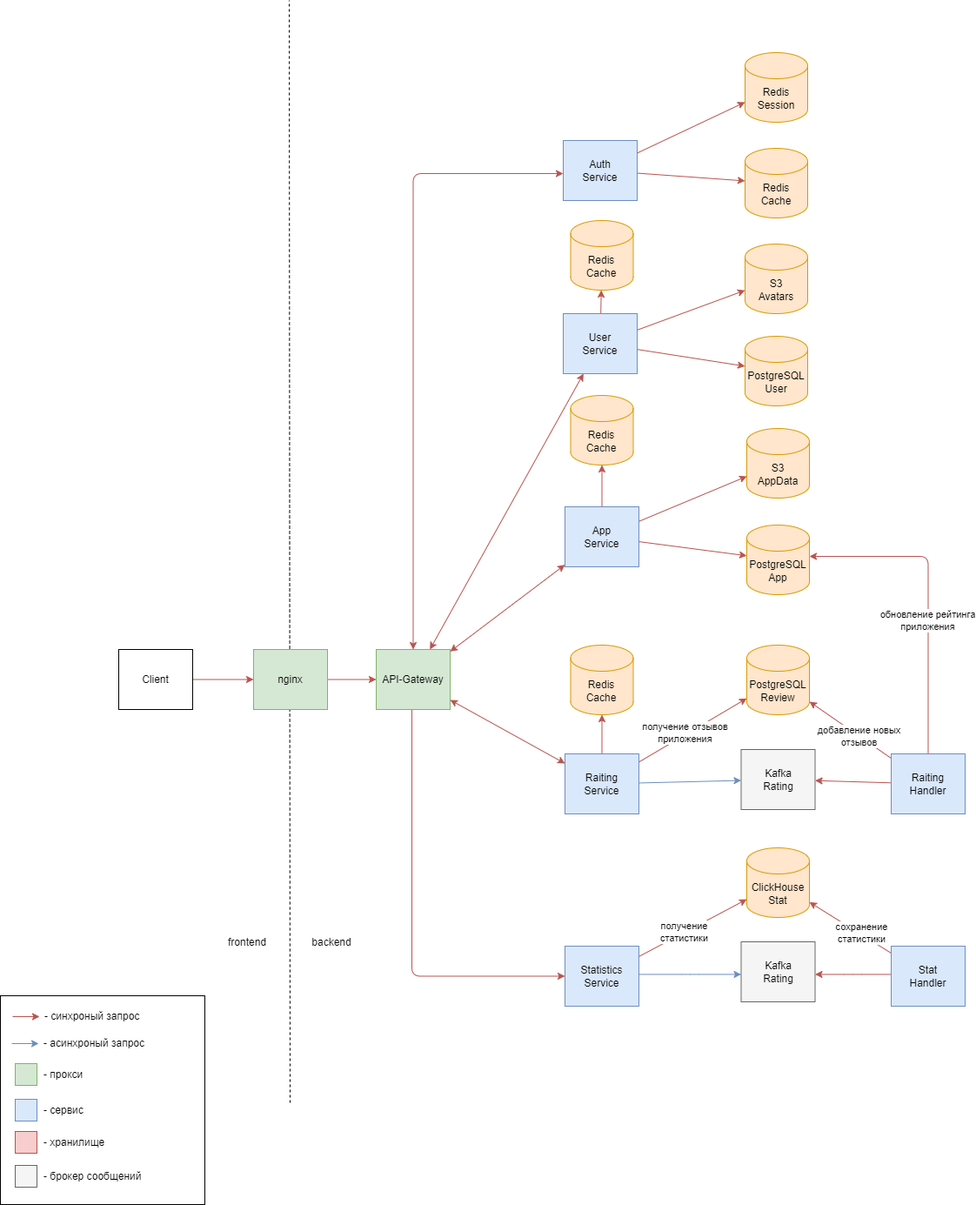
Earlier version of the draw.io export images/project_layout.png (TheVovchenskiy/Highload_Google_Play). Source tidied: cells renumbered, new cells last; positions are measured from the earlier drawing's top-left corner, leaving out a move shared by most shapes.
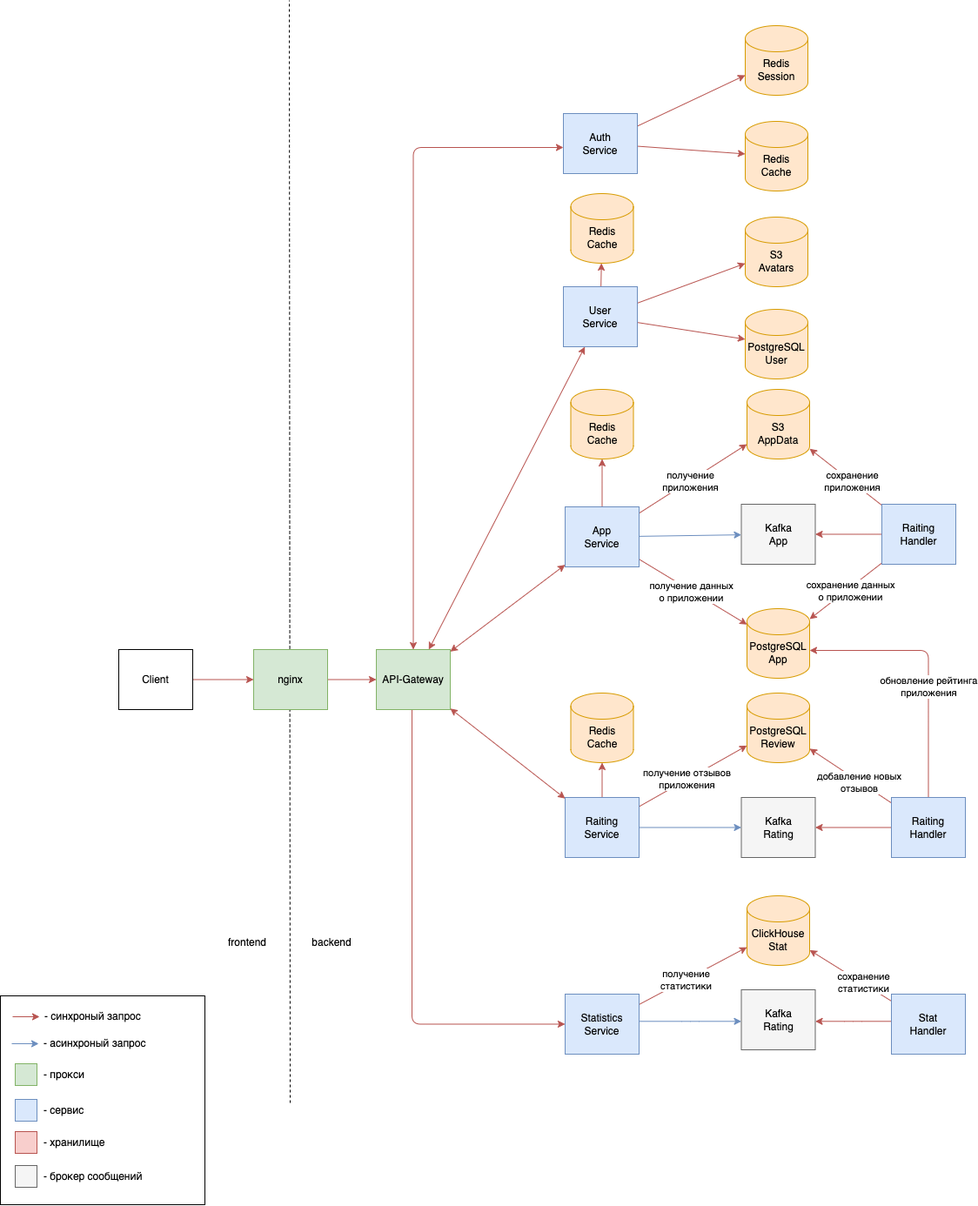
Above is the later version.

Commit message:
обновить схемы

Change to the diagram source:
```diff
@@ -18,10 +18,10 @@
       <mxGeometry x="351" y="1068" width="60" height="30" as="geometry" />
     </mxCell>
     <mxCell id="6" value="PostgreSQL&lt;br&gt;App" style="shape=cylinder3;whiteSpace=wrap;html=1;boundedLbl=1;backgroundOutline=1;size=15;strokeColor=#d79b00;fillColor=#ffe6cc;" parent="1" vertex="1">
-      <mxGeometry x="858" y="603" width="72" height="80" as="geometry" />
+      <mxGeometry x="858" y="699" width="72" height="80" as="geometry" />
     </mxCell>
     <mxCell id="7" value="S3&lt;br&gt;AppData" style="shape=cylinder3;whiteSpace=wrap;html=1;boundedLbl=1;backgroundOutline=1;size=15;strokeColor=#d79b00;fillColor=#ffe6cc;" parent="1" vertex="1">
-      <mxGeometry x="858" y="492" width="72" height="80" as="geometry" />
+      <mxGeometry x="858" y="447" width="72" height="80" as="geometry" />
     </mxCell>
     <mxCell id="8" style="edgeStyle=none;html=1;strokeColor=#b85450;strokeWidth=1;fontColor=#000000;fillColor=#f8cecc;" parent="1" edge="1" source="9" target="11">
       <mxGeometry relative="1" as="geometry" />
@@ -45,14 +45,15 @@
       <mxGeometry relative="1" as="geometry" />
     </mxCell>
     <mxCell id="15" value="Auth&lt;br style=&quot;border-color: var(--border-color);&quot;&gt;Service" style="rounded=0;whiteSpace=wrap;html=1;strokeColor=#6c8ebf;fillColor=#dae8fc;" parent="1" vertex="1">
-      <mxGeometry x="647" y="161" width="85" height="69" as="geometry" />
+      <mxGeometry x="647" y="130" width="85" height="69" as="geometry" />
     </mxCell>
     <mxCell id="16" value="Redis&lt;br&gt;Session" style="shape=cylinder3;whiteSpace=wrap;html=1;boundedLbl=1;backgroundOutline=1;size=15;strokeColor=#d79b00;fillColor=#ffe6cc;" parent="1" vertex="1">
-      <mxGeometry x="856" y="60" width="72" height="80" as="geometry" />
+      <mxGeometry x="856" y="29" width="72" height="80" as="geometry" />
     </mxCell>
     <mxCell id="17" style="html=1;strokeColor=#b85450;strokeWidth=1;fontColor=#000000;startArrow=classic;startFill=1;fillColor=#f8cecc;edgeStyle=elbowEdgeStyle;elbow=vertical;" parent="1" edge="1" source="22" target="15">
       <mxGeometry relative="1" as="geometry">
         <Array as="points">
+          <mxPoint x="549" y="169" />
           <mxPoint x="614" y="199" />
           <mxPoint x="594" y="275" />
           <mxPoint x="583" y="400" />
@@ -81,12 +82,21 @@
     <mxCell id="23" style="html=1;strokeColor=#b85450;strokeWidth=1;fontColor=#000000;fillColor=#f8cecc;" parent="1" edge="1" source="26" target="6">
       <mxGeometry relative="1" as="geometry" />
     </mxCell>
+    <mxCell id="71" value="получение данных&lt;br&gt;о приложении" style="edgeLabel;html=1;align=center;verticalAlign=middle;" parent="23" vertex="1">
+      <mxGeometry x="-0.05" y="-1" relative="1" as="geometry" />
+    </mxCell>
     <mxCell id="24" style="edgeStyle=none;html=1;strokeColor=#b85450;strokeWidth=1;fontColor=#000000;fillColor=#f8cecc;" parent="1" edge="1" source="26" target="7">
       <mxGeometry relative="1" as="geometry" />
     </mxCell>
+    <mxCell id="72" value="получение&lt;br&gt;приложения" style="edgeLabel;html=1;align=center;verticalAlign=middle;" parent="24" vertex="1">
+      <mxGeometry x="-0.08" y="1" relative="1" as="geometry" />
+    </mxCell>
     <mxCell id="25" style="edgeStyle=none;html=1;shadow=0;startArrow=none;startFill=0;elbow=vertical;fillColor=#f8cecc;strokeColor=#b85450;" parent="1" edge="1" source="26" target="69">
       <mxGeometry relative="1" as="geometry" />
     </mxCell>
+    <mxCell id="73" style="edgeStyle=none;html=1;fillColor=#dae8fc;strokeColor=#6c8ebf;" parent="1" edge="1" source="26" target="74">
+      <mxGeometry relative="1" as="geometry" />
+    </mxCell>
     <mxCell id="26" value="App&lt;br style=&quot;border-color: var(--border-color);&quot;&gt;Service" style="rounded=0;whiteSpace=wrap;html=1;strokeColor=#6c8ebf;fillColor=#dae8fc;" parent="1" vertex="1">
       <mxGeometry x="649" y="582" width="85" height="69" as="geometry" />
     </mxCell>
@@ -94,10 +104,10 @@
       <mxGeometry relative="1" as="geometry" />
     </mxCell>
     <mxCell id="28" value="&lt;span style=&quot;color: rgb(0, 0, 0);&quot;&gt;Kafka&lt;/span&gt;&lt;br style=&quot;border-color: var(--border-color); color: rgb(0, 0, 0);&quot;&gt;&lt;span style=&quot;color: rgb(0, 0, 0);&quot;&gt;Rating&lt;/span&gt;" style="rounded=0;whiteSpace=wrap;html=1;strokeColor=#666666;fontColor=#333333;fillColor=#f5f5f5;" parent="1" vertex="1">
-      <mxGeometry x="851.5" y="861" width="85" height="69" as="geometry" />
+      <mxGeometry x="851.5" y="916" width="85" height="69" as="geometry" />
     </mxCell>
     <mxCell id="29" value="S3&lt;br&gt;Avatars" style="shape=cylinder3;whiteSpace=wrap;html=1;boundedLbl=1;backgroundOutline=1;size=15;strokeColor=#d79b00;fillColor=#ffe6cc;" parent="1" vertex="1">
-      <mxGeometry x="856" y="280" width="72" height="80" as="geometry" />
+      <mxGeometry x="856" y="249" width="72" height="80" as="geometry" />
     </mxCell>
     <mxCell id="30" style="edgeStyle=none;html=1;startArrow=none;startFill=0;fillColor=#dae8fc;strokeColor=#6c8ebf;" parent="1" edge="1" source="34" target="28">
       <mxGeometry relative="1" as="geometry" />
@@ -112,7 +122,7 @@
       <mxGeometry relative="1" as="geometry" />
     </mxCell>
     <mxCell id="34" value="Raiting&lt;br style=&quot;border-color: var(--border-color);&quot;&gt;Service" style="rounded=0;whiteSpace=wrap;html=1;strokeColor=#6c8ebf;fillColor=#dae8fc;" parent="1" vertex="1">
-      <mxGeometry x="649" y="866" width="85" height="69" as="geometry" />
+      <mxGeometry x="649" y="916" width="85" height="69" as="geometry" />
     </mxCell>
     <mxCell id="35" style="edgeStyle=none;html=1;fillColor=#f8cecc;strokeColor=#b85450;" parent="1" edge="1" source="37" target="38">
       <mxGeometry relative="1" as="geometry" />
@@ -121,18 +131,18 @@
       <mxGeometry relative="1" as="geometry" />
     </mxCell>
     <mxCell id="37" value="User&lt;br style=&quot;border-color: var(--border-color);&quot;&gt;Service" style="rounded=0;whiteSpace=wrap;html=1;strokeColor=#6c8ebf;fillColor=#dae8fc;" parent="1" vertex="1">
-      <mxGeometry x="647" y="360" width="85" height="69" as="geometry" />
+      <mxGeometry x="647" y="329" width="85" height="69" as="geometry" />
     </mxCell>
     <mxCell id="38" value="PostgreSQL&lt;br&gt;User" style="shape=cylinder3;whiteSpace=wrap;html=1;boundedLbl=1;backgroundOutline=1;size=15;strokeColor=#d79b00;fillColor=#ffe6cc;" parent="1" vertex="1">
-      <mxGeometry x="856" y="386" width="72" height="80" as="geometry" />
+      <mxGeometry x="856" y="355" width="72" height="80" as="geometry" />
     </mxCell>
     <mxCell id="39" style="edgeStyle=elbowEdgeStyle;html=1;startArrow=none;startFill=0;fillColor=#f8cecc;strokeColor=#b85450;elbow=vertical;" parent="1" edge="1" source="43" target="6">
       <mxGeometry relative="1" as="geometry">
         <Array as="points">
-          <mxPoint x="1007" y="639" />
-          <mxPoint x="1003" y="669" />
-          <mxPoint x="984" y="646" />
-          <mxPoint x="1006" y="823" />
+          <mxPoint x="984" y="747" />
+          <mxPoint x="1003" y="724" />
+          <mxPoint x="984" y="701" />
+          <mxPoint x="1006" y="878" />
         </Array>
       </mxGeometry>
     </mxCell>
@@ -146,10 +156,10 @@
       <mxGeometry x="-0.21" y="1" relative="1" as="geometry" />
     </mxCell>
     <mxCell id="43" value="Raiting&lt;br style=&quot;border-color: var(--border-color);&quot;&gt;Handler" style="rounded=0;whiteSpace=wrap;html=1;strokeColor=#6c8ebf;fillColor=#dae8fc;" parent="1" vertex="1">
-      <mxGeometry x="1024" y="866" width="85" height="69" as="geometry" />
+      <mxGeometry x="1024" y="916" width="85" height="69" as="geometry" />
     </mxCell>
     <mxCell id="44" value="PostgreSQL&lt;br&gt;Review" style="shape=cylinder3;whiteSpace=wrap;html=1;boundedLbl=1;backgroundOutline=1;size=15;strokeColor=#d79b00;fillColor=#ffe6cc;" parent="1" vertex="1">
-      <mxGeometry x="858" y="741" width="72" height="80" as="geometry" />
+      <mxGeometry x="858" y="796" width="72" height="80" as="geometry" />
     </mxCell>
     <mxCell id="45" style="edgeStyle=none;html=1;startArrow=none;startFill=0;shadow=0;fillColor=#f8cecc;strokeColor=#b85450;" parent="1" edge="1">
       <mxGeometry relative="1" as="geometry">
@@ -179,13 +189,13 @@
       <mxGeometry x="-0.16" y="1" relative="1" as="geometry" />
     </mxCell>
     <mxCell id="52" value="Statistics&lt;br style=&quot;border-color: var(--border-color);&quot;&gt;Service" style="rounded=0;whiteSpace=wrap;html=1;strokeColor=#6c8ebf;fillColor=#dae8fc;" parent="1" vertex="1">
-      <mxGeometry x="649" y="1087" width="85" height="69" as="geometry" />
+      <mxGeometry x="649" y="1142" width="85" height="69" as="geometry" />
     </mxCell>
     <mxCell id="53" value="&lt;span style=&quot;color: rgb(0, 0, 0);&quot;&gt;Kafka&lt;/span&gt;&lt;br style=&quot;border-color: var(--border-color); color: rgb(0, 0, 0);&quot;&gt;&lt;span style=&quot;color: rgb(0, 0, 0);&quot;&gt;Rating&lt;/span&gt;" style="rounded=0;whiteSpace=wrap;html=1;strokeColor=#666666;fontColor=#333333;fillColor=#f5f5f5;" parent="1" vertex="1">
-      <mxGeometry x="851.5" y="1082" width="85" height="69" as="geometry" />
+      <mxGeometry x="851.5" y="1137" width="85" height="69" as="geometry" />
     </mxCell>
     <mxCell id="54" value="ClickHouse&lt;br&gt;Stat" style="shape=cylinder3;whiteSpace=wrap;html=1;boundedLbl=1;backgroundOutline=1;size=15;strokeColor=#d79b00;fillColor=#ffe6cc;" parent="1" vertex="1">
-      <mxGeometry x="858" y="974" width="72" height="80" as="geometry" />
+      <mxGeometry x="858" y="1029" width="72" height="80" as="geometry" />
     </mxCell>
     <mxCell id="55" style="edgeStyle=elbowEdgeStyle;elbow=vertical;html=1;shadow=0;startArrow=none;startFill=0;fillColor=#f8cecc;strokeColor=#b85450;" parent="1" edge="1" source="58" target="53">
       <mxGeometry relative="1" as="geometry" />
@@ -199,7 +209,7 @@
       </mxGeometry>
     </mxCell>
     <mxCell id="58" value="Stat&lt;br style=&quot;border-color: var(--border-color);&quot;&gt;Handler" style="rounded=0;whiteSpace=wrap;html=1;strokeColor=#6c8ebf;fillColor=#dae8fc;" parent="1" vertex="1">
-      <mxGeometry x="1024" y="1087" width="85" height="69" as="geometry" />
+      <mxGeometry x="1024" y="1142" width="85" height="69" as="geometry" />
     </mxCell>
     <mxCell id="59" style="rounded=0;whiteSpace=wrap;html=1;strokeColor=#82b366;fillColor=#d5e8d4;" parent="1" vertex="1">
       <mxGeometry x="17" y="1222" width="25" height="25" as="geometry" />
@@ -226,16 +236,37 @@
       <mxGeometry x="48" y="1339" width="130" height="26" as="geometry" />
     </mxCell>
     <mxCell id="67" value="Redis&lt;br&gt;Cache" style="shape=cylinder3;whiteSpace=wrap;html=1;boundedLbl=1;backgroundOutline=1;size=15;strokeColor=#d79b00;fillColor=#ffe6cc;" parent="1" vertex="1">
-      <mxGeometry x="856" y="170" width="72" height="80" as="geometry" />
+      <mxGeometry x="856" y="139" width="72" height="80" as="geometry" />
     </mxCell>
     <mxCell id="68" value="Redis&lt;br&gt;Cache" style="shape=cylinder3;whiteSpace=wrap;html=1;boundedLbl=1;backgroundOutline=1;size=15;strokeColor=#d79b00;fillColor=#ffe6cc;" parent="1" vertex="1">
-      <mxGeometry x="655.5" y="253" width="72" height="80" as="geometry" />
+      <mxGeometry x="655.5" y="222" width="72" height="80" as="geometry" />
     </mxCell>
     <mxCell id="69" value="Redis&lt;br&gt;Cache" style="shape=cylinder3;whiteSpace=wrap;html=1;boundedLbl=1;backgroundOutline=1;size=15;strokeColor=#d79b00;fillColor=#ffe6cc;" parent="1" vertex="1">
-      <mxGeometry x="655.5" y="454" width="72" height="80" as="geometry" />
+      <mxGeometry x="655.5" y="447" width="72" height="80" as="geometry" />
     </mxCell>
     <mxCell id="70" value="Redis&lt;br&gt;Cache" style="shape=cylinder3;whiteSpace=wrap;html=1;boundedLbl=1;backgroundOutline=1;size=15;strokeColor=#d79b00;fillColor=#ffe6cc;" parent="1" vertex="1">
-      <mxGeometry x="655.5" y="741" width="72" height="80" as="geometry" />
+      <mxGeometry x="655.5" y="796" width="72" height="80" as="geometry" />
     </mxCell>
+    <mxCell id="74" value="&lt;span style=&quot;color: rgb(0, 0, 0);&quot;&gt;Kafka&lt;/span&gt;&lt;br style=&quot;border-color: var(--border-color); color: rgb(0, 0, 0);&quot;&gt;&lt;span style=&quot;color: rgb(0, 0, 0);&quot;&gt;App&lt;/span&gt;" style="rounded=0;whiteSpace=wrap;html=1;strokeColor=#666666;fontColor=#333333;fillColor=#f5f5f5;" parent="1" vertex="1">
+      <mxGeometry x="851.5" y="579" width="85" height="69" as="geometry" />
+    </mxCell>
+    <mxCell id="75" style="edgeStyle=none;html=1;fillColor=#f8cecc;strokeColor=#b85450;" parent="1" edge="1" source="80" target="74">
+      <mxGeometry relative="1" as="geometry" />
+    </mxCell>
+    <mxCell id="76" style="edgeStyle=none;html=1;fillColor=#f8cecc;strokeColor=#b85450;" parent="1" edge="1" source="80" target="7">
+      <mxGeometry relative="1" as="geometry" />
+    </mxCell>
+    <mxCell id="77" value="сохранение&lt;br&gt;приложения" style="edgeLabel;html=1;align=center;verticalAlign=middle;" parent="76" vertex="1">
+      <mxGeometry x="-0.14" y="-1" relative="1" as="geometry" />
+    </mxCell>
+    <mxCell id="78" style="edgeStyle=none;html=1;fillColor=#f8cecc;strokeColor=#b85450;" parent="1" edge="1" source="80" target="6">
+      <mxGeometry relative="1" as="geometry" />
+    </mxCell>
+    <mxCell id="79" value="сохранение данных&lt;br&gt;о приложении" style="edgeLabel;html=1;align=center;verticalAlign=middle;" parent="78" vertex="1">
+      <mxGeometry x="-0.07" y="2" relative="1" as="geometry" />
+    </mxCell>
+    <mxCell id="80" value="Raiting&lt;br style=&quot;border-color: var(--border-color);&quot;&gt;Handler" style="rounded=0;whiteSpace=wrap;html=1;strokeColor=#6c8ebf;fillColor=#dae8fc;" parent="1" vertex="1">
+      <mxGeometry x="1013" y="579" width="85" height="69" as="geometry" />
+    </mxCell>
   </root>
 </mxGraphModel>
```
